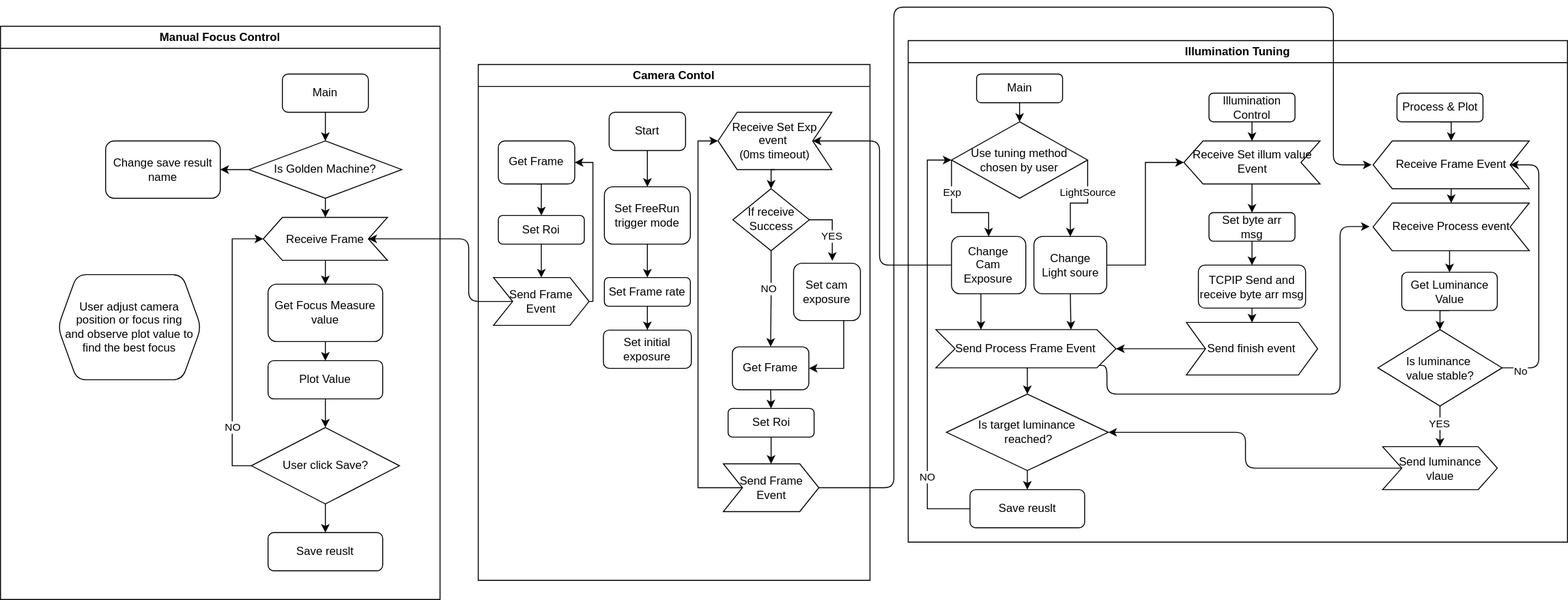
TONiiV/flowcharts keeps this draw.io diagram as VSAM1.drawio.svg. Above is the earlier version. Source tidied: cells renumbered, new cells last; positions are measured from the earlier drawing's top-left corner, leaving out a move shared by most shapes.
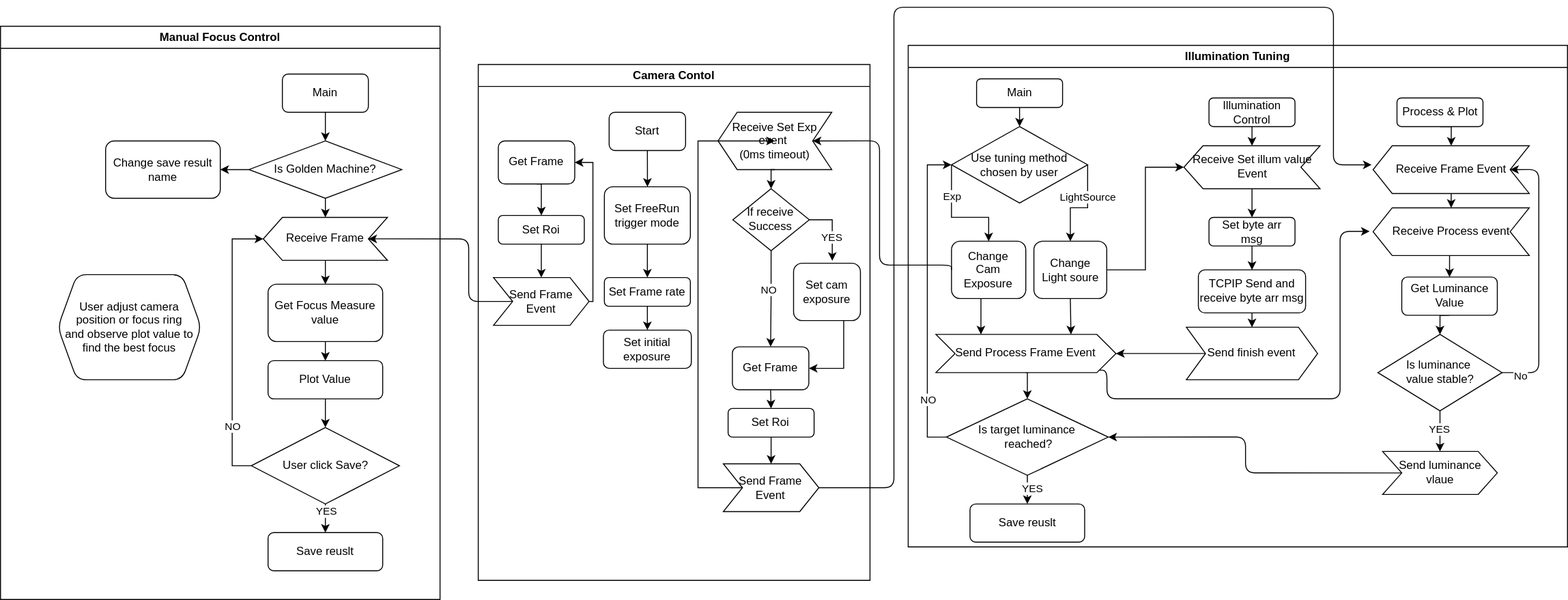
Above is the later version.

The edit, as a diff of the source:
```diff
@@ -3,7 +3,7 @@
     <mxCell id="0" />
     <mxCell id="1" parent="0" />
     <mxCell id="2" value="Illumination Tuning" style="swimlane;whiteSpace=wrap;html=1;" parent="1" vertex="1">
-      <mxGeometry x="950" y="35" width="690" height="525" as="geometry" />
+      <mxGeometry x="950" y="40" width="690" height="525" as="geometry" />
     </mxCell>
     <mxCell id="3" style="edgeStyle=orthogonalEdgeStyle;rounded=0;jettySize=auto;html=1;exitX=0.5;exitY=1;exitDx=0;exitDy=0;entryX=0.5;entryY=0;entryDx=0;entryDy=0;" parent="2" edge="1" source="4" target="14">
       <mxGeometry relative="1" as="geometry" />
@@ -122,6 +122,11 @@
     <mxCell id="34" style="edgeStyle=orthogonalEdgeStyle;rounded=0;jettySize=auto;html=1;exitX=0.5;exitY=1;exitDx=0;exitDy=0;entryX=0.5;entryY=0;entryDx=0;entryDy=0;" parent="2" edge="1" source="35" target="47">
       <mxGeometry relative="1" as="geometry" />
     </mxCell>
+    <mxCell id="99" value="YES" style="edgeLabel;html=1;align=center;verticalAlign=middle;" parent="34" vertex="1">
+      <mxGeometry x="-0.46" relative="1" as="geometry">
+        <mxPoint x="5" y="5" as="offset" />
+      </mxGeometry>
+    </mxCell>
     <mxCell id="35" value="Is target luminance&lt;div&gt;&amp;nbsp;reached?&lt;/div&gt;" style="rhombus;whiteSpace=wrap;html=1;" parent="2" vertex="1">
       <mxGeometry x="40" y="370" width="169.4" height="80" as="geometry" />
     </mxCell>
@@ -159,10 +164,10 @@
     <mxCell id="44" value="Send luminance vlaue" style="rounded=0;whiteSpace=wrap;html=1;shape=step;perimeter=stepPerimeter;fixedSize=1;" parent="2" vertex="1">
       <mxGeometry x="496.6" y="425" width="120" height="45" as="geometry" />
     </mxCell>
-    <mxCell id="45" style="edgeStyle=orthogonalEdgeStyle;rounded=0;jettySize=auto;html=1;exitX=0;exitY=0.5;exitDx=0;exitDy=0;entryX=0;entryY=0.5;entryDx=0;entryDy=0;" parent="2" edge="1" source="47" target="21">
+    <mxCell id="45" style="edgeStyle=orthogonalEdgeStyle;rounded=0;jettySize=auto;html=1;exitX=0;exitY=0.5;exitDx=0;exitDy=0;entryX=0;entryY=0.5;entryDx=0;entryDy=0;" parent="2" edge="1" source="35" target="21">
       <mxGeometry relative="1" as="geometry">
         <Array as="points">
-          <mxPoint x="20" y="490" />
+          <mxPoint x="20" y="410" />
           <mxPoint x="20" y="125" />
         </Array>
       </mxGeometry>
@@ -171,7 +176,7 @@
       <mxGeometry x="-0.64" relative="1" as="geometry" />
     </mxCell>
     <mxCell id="47" value="Save reuslt" style="rounded=1;whiteSpace=wrap;html=1;" parent="2" vertex="1">
-      <mxGeometry x="64.7" y="470" width="120" height="40" as="geometry" />
+      <mxGeometry x="64.7" y="480" width="120" height="40" as="geometry" />
     </mxCell>
     <mxCell id="48" style="edgeStyle=orthogonalEdgeStyle;rounded=1;jettySize=auto;html=1;exitX=0;exitY=0.5;exitDx=0;exitDy=0;entryX=1;entryY=0.5;entryDx=0;entryDy=0;curved=0;" parent="1" edge="1" source="26" target="60">
       <mxGeometry relative="1" as="geometry">
@@ -342,6 +347,11 @@
     <mxCell id="95" style="edgeStyle=orthogonalEdgeStyle;rounded=0;jettySize=auto;html=1;exitX=0.5;exitY=1;exitDx=0;exitDy=0;entryX=0.5;entryY=0;entryDx=0;entryDy=0;" parent="79" edge="1" source="96" target="97">
       <mxGeometry relative="1" as="geometry" />
     </mxCell>
+    <mxCell id="100" value="YES" style="edgeLabel;html=1;align=center;verticalAlign=middle;" parent="95" vertex="1">
+      <mxGeometry x="-0.62" relative="1" as="geometry">
+        <mxPoint y="2" as="offset" />
+      </mxGeometry>
+    </mxCell>
     <mxCell id="96" value="User click Save?" style="rhombus;whiteSpace=wrap;html=1;" parent="79" vertex="1">
       <mxGeometry x="262.5" y="420" width="155" height="80" as="geometry" />
     </mxCell>
```
